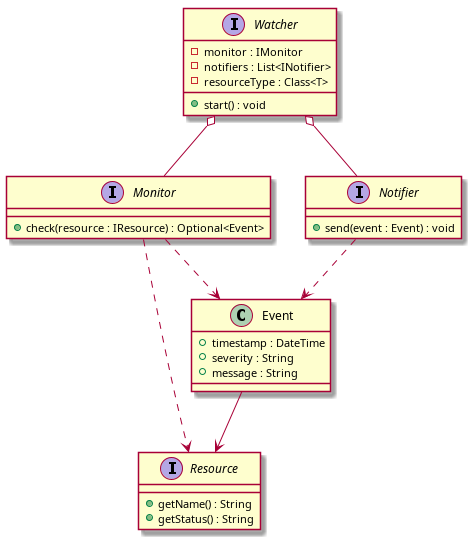
Carlos-Lima2510/Kintoh keeps this PlantUML diagram as documents/vistaPública.png. Above is the earlier version. Its source is kept beside it as documents/vistaPública.puml.
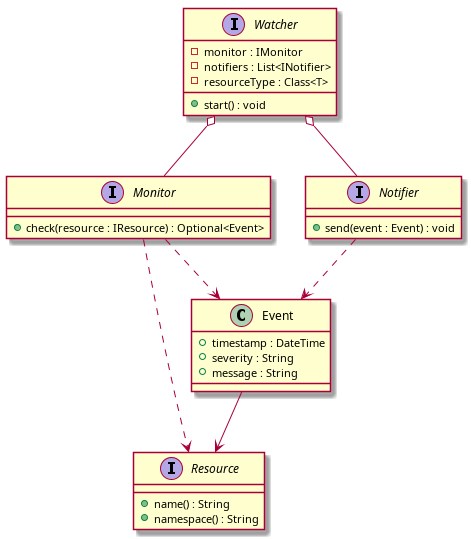
Above is the later version.

Commit message:
refactor: update Resource interface methods for consistency and clarity on UML diagram

Diff of the diagram source:
```diff
@@ -12,8 +12,8 @@
 }
 
 interface "Resource" as IResource {
-    + getName() : String
-    + getStatus() : String
+    + name() : String
+    + namespace() : String
 }
 
 interface "Notifier" as INotifier {
```
